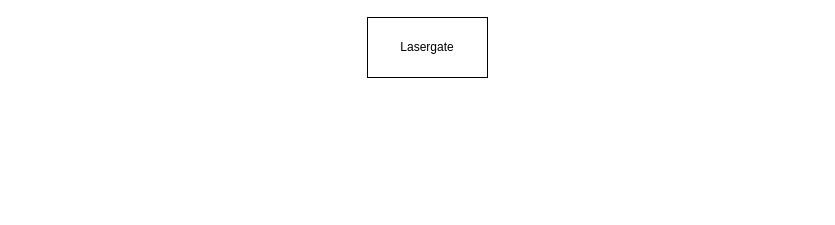
This is Diagrams/Lasergate.drawio from Daniel-Git-Hub/ENGG3000_T6, a draw.io file, before an edit. Source tidied: cells renumbered, new cells numbered last; positions are measured from the earlier drawing's top-left corner, leaving out a move shared by most shapes. Both pictures are drawn from the tidied source at 100%, with x=0, y=0 at pixel (367, 17).
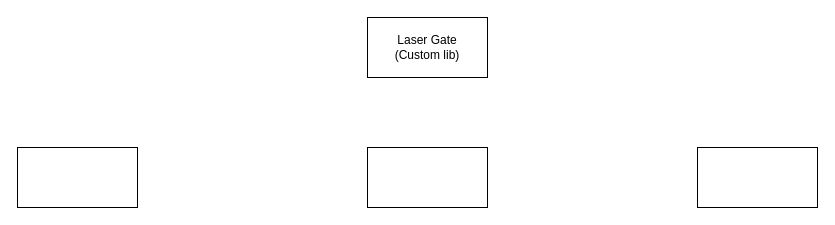
After the change.

The edit, as a diff of the source:
```diff
@@
 <mxGraphModel>
   <root>
     <mxCell id="0" />
     <mxCell id="1" parent="0" />
-    <mxCell id="2" value="Lasergate" style="rounded=0;whiteSpace=wrap;html=1;" parent="1" vertex="1">
+    <mxCell id="2" value="Laser Gate&lt;br&gt;(Custom lib)" style="rounded=0;whiteSpace=wrap;html=1;" parent="1" vertex="1">
       <mxGeometry width="120" height="60" as="geometry" />
     </mxCell>
+    <mxCell id="3" style="rounded=0;whiteSpace=wrap;html=1;" parent="1" vertex="1">
+      <mxGeometry x="-350" y="130" width="120" height="60" as="geometry" />
+    </mxCell>
+    <mxCell id="4" style="rounded=0;whiteSpace=wrap;html=1;" parent="1" vertex="1">
+      <mxGeometry y="130" width="120" height="60" as="geometry" />
+    </mxCell>
+    <mxCell id="5" style="rounded=0;whiteSpace=wrap;html=1;" parent="1" vertex="1">
+      <mxGeometry x="330" y="130" width="120" height="60" as="geometry" />
+    </mxCell>
   </root>
 </mxGraphModel>
```
